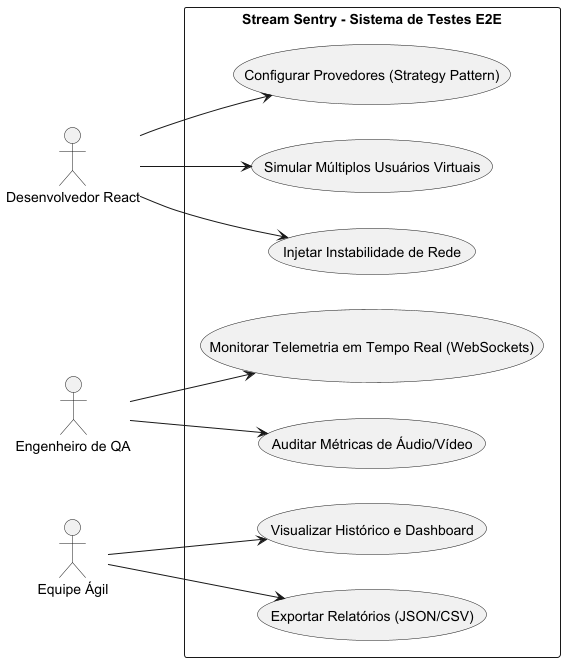
The PlantUML diagram Artefatos/CasosDeUso.png in ICEI-PUC-Minas-PPLES-TI/plf-es-2025-2-tcci-0393100-dev-rafael-parreira, before a commit.
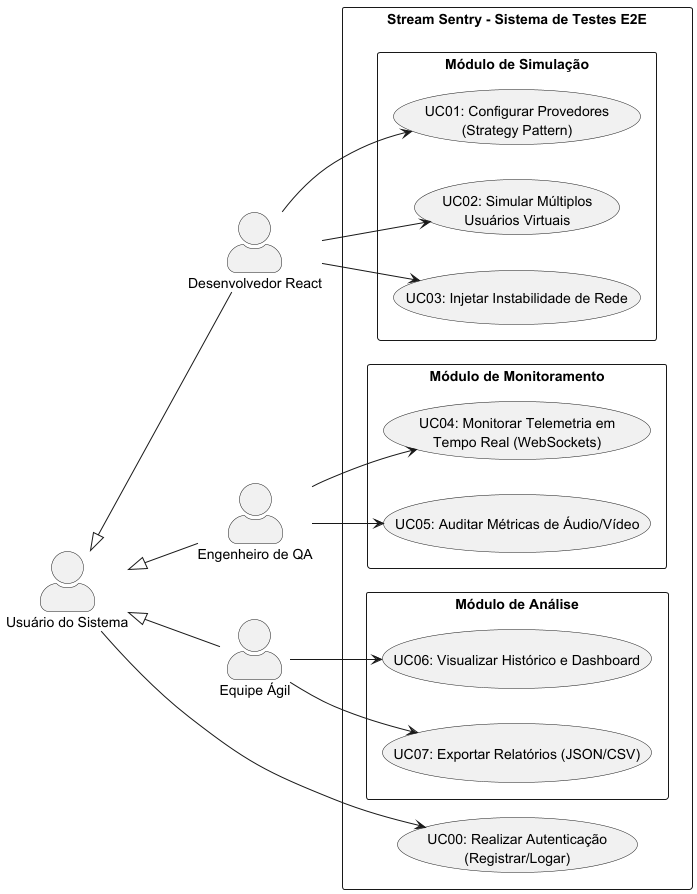
The same diagram one commit later.

The edit, as a diff of the source:
```diff
@@ -1,23 +1,40 @@
 @startuml
 left to right direction
 skinparam packageStyle rectangle
+skinparam shadowing false
+skinparam actorStyle awesome
 
+actor "Usuário do Sistema" as User
 actor "Desenvolvedor React" as Dev
 actor "Engenheiro de QA" as QA
 actor "Equipe Ágil" as Equipe
 
+User <|-- Dev
+User <|-- QA
+User <|-- Equipe
+
 rectangle "Stream Sentry - Sistema de Testes E2E" {
 
-    usecase "Configurar Provedores (Strategy Pattern)" as UC_Config
-    usecase "Simular Múltiplos Usuários Virtuais" as UC_Simulate
-    usecase "Injetar Instabilidade de Rede" as UC_Stress
+    usecase "UC00: Realizar Autenticação\n(Registrar/Logar)" as UC_Auth
 
-    usecase "Monitorar Telemetria em Tempo Real (WebSockets)" as UC_Live
-    usecase "Auditar Métricas de Áudio/Vídeo" as UC_Audit
+    package "Módulo de Simulação" {
+        usecase "UC01: Configurar Provedores\n(Strategy Pattern)" as UC_Config
+        usecase "UC02: Simular Múltiplos\nUsuários Virtuais" as UC_Simulate
+        usecase "UC03: Injetar Instabilidade de Rede" as UC_Stress
+    }
 
-    usecase "Visualizar Histórico e Dashboard" as UC_Dash
-    usecase "Exportar Relatórios (JSON/CSV)" as UC_Export
+    package "Módulo de Monitoramento" {
+        usecase "UC04: Monitorar Telemetria em\nTempo Real (WebSockets)" as UC_Live
+        usecase "UC05: Auditar Métricas de Áudio/Vídeo" as UC_Audit
+    }
+
+    package "Módulo de Análise" {
+        usecase "UC06: Visualizar Histórico e Dashboard" as UC_Dash
+        usecase "UC07: Exportar Relatórios (JSON/CSV)" as UC_Export
+    }
 }
+
+User --> UC_Auth
 
 Dev --> UC_Config
 Dev --> UC_Simulate
```
